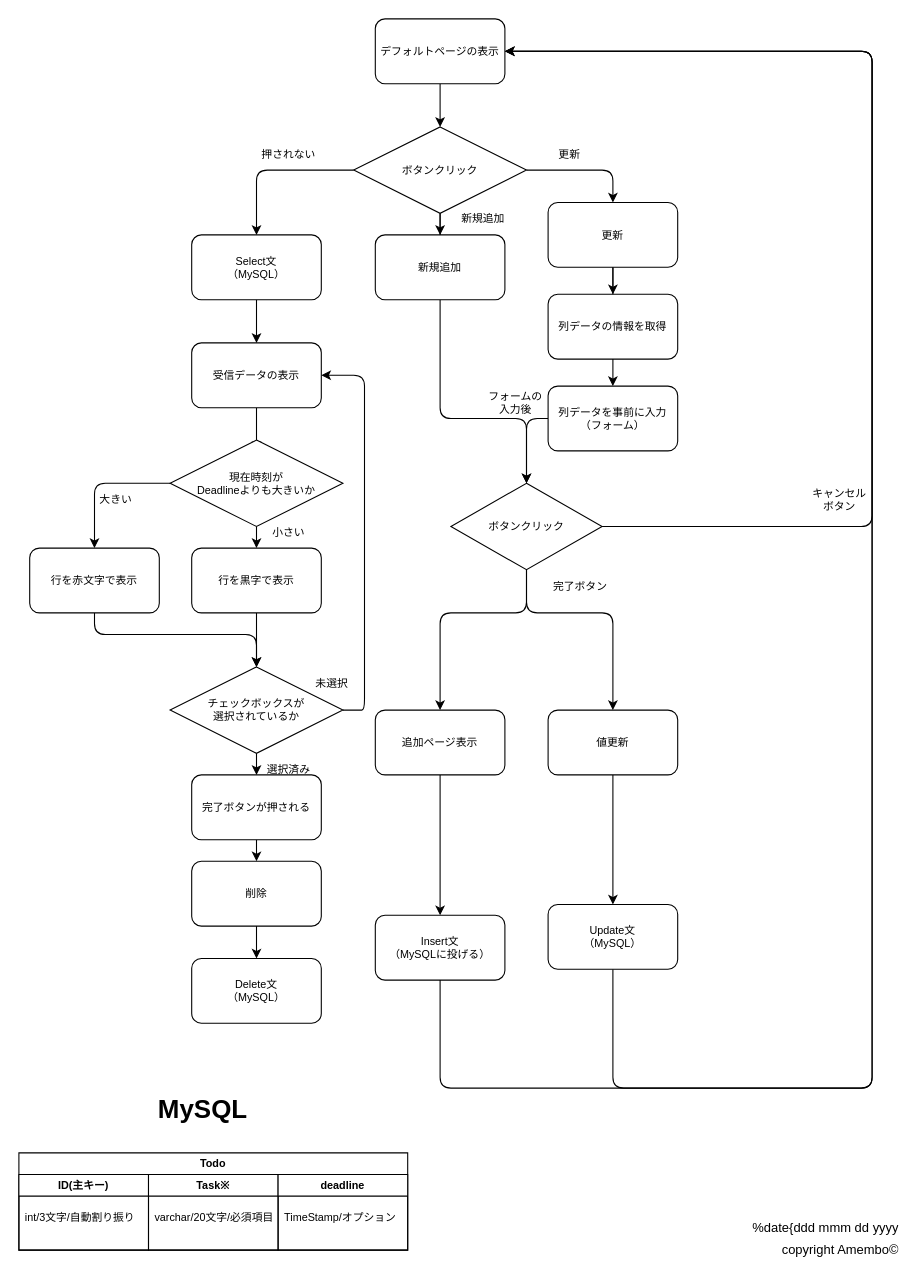
The draw.io diagram img/flowchart.dio in Amenbo1219/ToDOlist, before the edit. Source tidied: cells renumbered, new cells numbered last; positions are measured from the earlier drawing's top-left corner, leaving out a move shared by most shapes. Both pictures are drawn from the tidied source at 108%, with x=0, y=0 at pixel (18, 18).
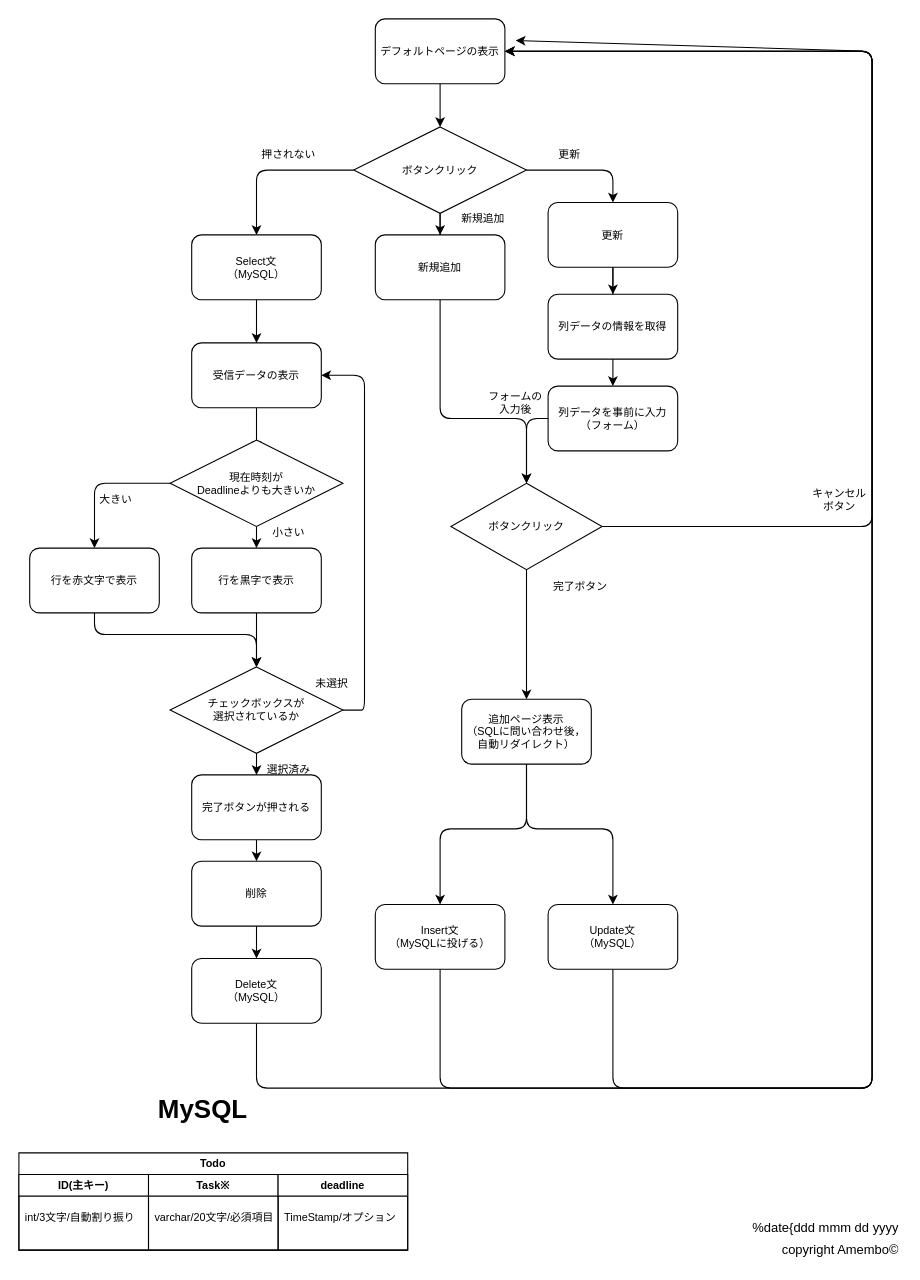
The same page after the edit.

Unchanged cells that the change refers to:
```xml
<mxCell id="3" value="デフォルトページの表示" style="rounded=1;whiteSpace=wrap;html=1;fontFamily=Helvetica;fontSize=10;" parent="1" vertex="1">
  <mxGeometry x="330" width="120" height="60" as="geometry" />
</mxCell>
<mxCell id="23" value="Update文&lt;br&gt;（MySQL）" style="rounded=1;whiteSpace=wrap;html=1;fontFamily=Helvetica;fontSize=10;" parent="1" vertex="1">
  <mxGeometry x="490" y="820" width="120" height="60" as="geometry" />
</mxCell>
<mxCell id="24" value="Delete文&lt;br&gt;（MySQL）" style="rounded=1;whiteSpace=wrap;html=1;fontFamily=Helvetica;fontSize=10;" parent="1" vertex="1">
  <mxGeometry x="160" y="870" width="120" height="60" as="geometry" />
</mxCell>
<mxCell id="60" value="ボタンクリック" style="rhombus;whiteSpace=wrap;html=1;fontFamily=Helvetica;fontSize=10;" parent="1" vertex="1">
  <mxGeometry x="400" y="430" width="140" height="80" as="geometry" />
</mxCell>
```

The edit, as a diff of the source:
```diff
@@
-    <mxCell id="12" style="edgeStyle=none;html=1;fontFamily=Helvetica;fontSize=10;fillColor=default;" parent="1" edge="1" source="13" target="15">
-      <mxGeometry relative="1" as="geometry" />
-    </mxCell>
-    <mxCell id="13" value="追加ページ表示" style="rounded=1;whiteSpace=wrap;html=1;fontFamily=Helvetica;fontSize=10;" parent="1" vertex="1">
-      <mxGeometry x="330" y="640" width="120" height="60" as="geometry" />
+    <mxCell id="13" value="追加ページ表示&lt;br&gt;（SQLに問い合わせ後，自動リダイレクト）" style="rounded=1;whiteSpace=wrap;html=1;fontFamily=Helvetica;fontSize=10;" parent="1" vertex="1">
+      <mxGeometry x="410" y="630" width="120" height="60" as="geometry" />
     </mxCell>
@@
     <mxCell id="15" value="Insert文&lt;br&gt;（MySQLに投げる）" style="rounded=1;whiteSpace=wrap;html=1;fontFamily=Helvetica;fontSize=10;" parent="1" vertex="1">
-      <mxGeometry x="330" y="830" width="120" height="60" as="geometry" />
+      <mxGeometry x="330" y="820" width="120" height="60" as="geometry" />
     </mxCell>
@@
-    <mxCell id="20" style="edgeStyle=none;html=1;fontFamily=Helvetica;fontSize=10;fillColor=default;" parent="1" edge="1" source="21" target="23">
-      <mxGeometry relative="1" as="geometry" />
-    </mxCell>
-    <mxCell id="21" value="値更新" style="rounded=1;whiteSpace=wrap;html=1;fontFamily=Helvetica;fontSize=10;" parent="1" vertex="1">
-      <mxGeometry x="490" y="640" width="120" height="60" as="geometry" />
-    </mxCell>
@@
+    <mxCell id="69" style="edgeStyle=none;html=1;" parent="1" edge="1" source="24">
+      <mxGeometry relative="1" as="geometry">
+        <mxPoint x="460" y="20" as="targetPoint" />
+        <Array as="points">
+          <mxPoint x="220" y="990" />
+          <mxPoint x="790" y="990" />
+          <mxPoint x="790" y="30" />
+        </Array>
+      </mxGeometry>
+    </mxCell>
@@
+    <mxCell id="59" style="edgeStyle=none;html=1;entryX=1;entryY=0.5;entryDx=0;entryDy=0;fontFamily=Helvetica;fontSize=10;fillColor=default;" parent="1" edge="1" source="60" target="3">
+      <mxGeometry relative="1" as="geometry">
+        <Array as="points">
+          <mxPoint x="790" y="470" />
+          <mxPoint x="790" y="30" />
+        </Array>
+      </mxGeometry>
+    </mxCell>
-    <mxCell id="57" style="edgeStyle=none;html=1;entryX=0.5;entryY=0;entryDx=0;entryDy=0;fontFamily=Helvetica;fontSize=10;fillColor=default;" parent="1" edge="1" source="60" target="13">
-      <mxGeometry relative="1" as="geometry">
-        <Array as="points">
-          <mxPoint x="470" y="550" />
-          <mxPoint x="390" y="550" />
-        </Array>
-      </mxGeometry>
+    <mxCell id="57" style="edgeStyle=none;html=1;" parent="1" edge="1" source="60" target="13">
+      <mxGeometry relative="1" as="geometry" />
     </mxCell>
-    <mxCell id="58" style="edgeStyle=none;html=1;entryX=0.5;entryY=0;entryDx=0;entryDy=0;fontFamily=Helvetica;fontSize=10;fillColor=default;" parent="1" edge="1" source="60" target="21">
-      <mxGeometry relative="1" as="geometry">
-        <Array as="points">
-          <mxPoint x="470" y="550" />
-          <mxPoint x="510" y="550" />
-          <mxPoint x="550" y="550" />
-        </Array>
-      </mxGeometry>
-    </mxCell>
-    <mxCell id="59" style="edgeStyle=none;html=1;entryX=1;entryY=0.5;entryDx=0;entryDy=0;fontFamily=Helvetica;fontSize=10;fillColor=default;" parent="1" edge="1" source="60" target="3">
-      <mxGeometry relative="1" as="geometry">
-        <Array as="points">
-          <mxPoint x="790" y="470" />
-          <mxPoint x="790" y="30" />
-        </Array>
-      </mxGeometry>
-    </mxCell>
@@
+    <mxCell id="70" style="edgeStyle=segmentEdgeStyle;endArrow=classic;html=1;exitX=0.5;exitY=1;exitDx=0;exitDy=0;" parent="1" edge="1" source="13">
+      <mxGeometry relative="1" as="geometry">
+        <mxPoint x="390" y="820" as="targetPoint" />
+        <Array as="points">
+          <mxPoint x="470" y="750" />
+          <mxPoint x="390" y="750" />
+        </Array>
+      </mxGeometry>
+    </mxCell>
+    <mxCell id="71" style="edgeStyle=segmentEdgeStyle;endArrow=classic;html=1;exitX=0.5;exitY=1;exitDx=0;exitDy=0;entryX=0.5;entryY=0;entryDx=0;entryDy=0;" parent="1" edge="1" target="23">
+      <mxGeometry relative="1" as="geometry">
+        <mxPoint x="470" y="690" as="sourcePoint" />
+        <Array as="points">
+          <mxPoint x="470" y="750" />
+          <mxPoint x="550" y="750" />
+        </Array>
+      </mxGeometry>
+    </mxCell>
```
